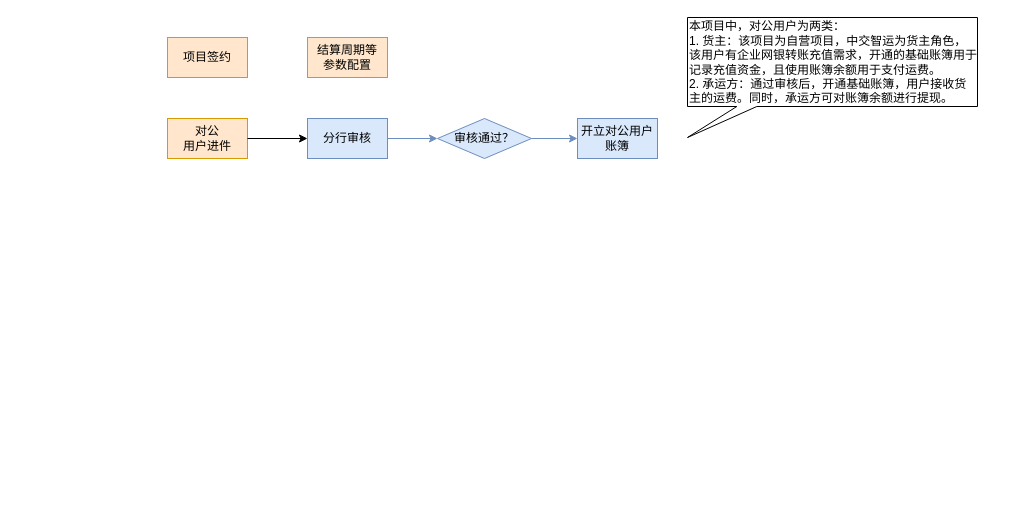
Above: 中交.drawio in linkun199011/draw-io (draw.io), before the change. Source tidied: cells renumbered, new cells numbered last; positions are measured from the earlier drawing's top-left corner, leaving out a move shared by most shapes. Both pictures are drawn from the tidied source at 100%, with x=0, y=0 at pixel (167, 17).
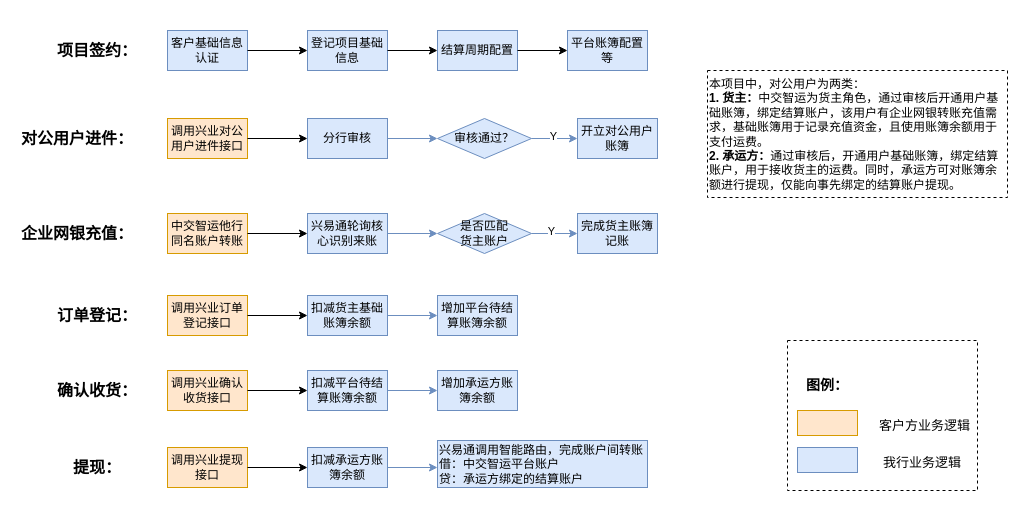
The same diagram, later.

Unchanged cells that the change refers to:
```xml
<mxCell id="8" style="endArrow=classic;html=1;rounded=0;exitX=1;exitY=0.5;exitDx=0;exitDy=0;entryX=0;entryY=0.5;entryDx=0;entryDy=0;fillColor=#dae8fc;strokeColor=#6c8ebf;" parent="1" edge="1" source="4" target="7">
  <mxGeometry relative="1" as="geometry" />
</mxCell>
```

Diff of the diagram source:
```diff
@@
-    <mxCell id="2" value="对公&lt;br&gt;用户进件" style="rounded=0;whiteSpace=wrap;html=1;fillColor=#ffe6cc;strokeColor=#d79b00;" parent="1" vertex="1">
+    <mxCell id="2" value="调用兴业对公&lt;br&gt;用户进件接口" style="rounded=0;whiteSpace=wrap;html=1;fillColor=#ffe6cc;strokeColor=#d79b00;" parent="1" vertex="1">
       <mxGeometry y="101" width="80" height="40" as="geometry" />
     </mxCell>
@@
+    <mxCell id="12" value="Y" style="edgeLabel;html=1;align=center;verticalAlign=middle;" parent="8" vertex="1">
+      <mxGeometry x="-0.09" y="3" relative="1" as="geometry" />
+    </mxCell>
-    <mxCell id="9" value="项目签约" style="rounded=0;whiteSpace=wrap;html=1;fillColor=#ffe6cc;strokeColor=#d79b00;" parent="1" vertex="1">
-      <mxGeometry y="20" width="80" height="40" as="geometry" />
+    <mxCell id="9" value="客户基础信息认证" style="rounded=0;whiteSpace=wrap;html=1;fillColor=#dae8fc;strokeColor=#6c8ebf;" parent="1" vertex="1">
+      <mxGeometry y="13" width="80" height="40" as="geometry" />
     </mxCell>
-    <mxCell id="10" value="结算周期等&lt;br&gt;参数配置" style="rounded=0;whiteSpace=wrap;html=1;fillColor=#ffe6cc;strokeColor=#d79b00;" parent="1" vertex="1">
-      <mxGeometry x="140" y="20" width="80" height="40" as="geometry" />
+    <mxCell id="10" value="结算周期配置" style="rounded=0;whiteSpace=wrap;html=1;fillColor=#dae8fc;strokeColor=#6c8ebf;" parent="1" vertex="1">
+      <mxGeometry x="270" y="13" width="80" height="40" as="geometry" />
     </mxCell>
-    <mxCell id="11" value="本项目中，对公用户为两类：&lt;br&gt;1. 货主：该项目为自营项目，中交智运为货主角色，该用户有企业网银转账充值需求，开通的基础账簿用于记录充值资金，且使用账簿余额用于支付运费。&lt;br&gt;2. 承运方：通过审核后，开通基础账簿，用户接收货主的运费。同时，承运方可对账簿余额进行提现。" style="shape=callout;whiteSpace=wrap;html=1;perimeter=calloutPerimeter;size=31;position=0.17;position2=0;align=left;" parent="1" vertex="1">
-      <mxGeometry x="520" width="290" height="120" as="geometry" />
-    </mxCell>
+    <mxCell id="13" value="本项目中，对公用户为两类：&lt;br style=&quot;border-color: var(--border-color);&quot;&gt;&lt;b&gt;1. 货主：&lt;/b&gt;中交智运为货主角色，通过审核后开通用户基础账簿，绑定结算账户，该用户有企业网银转账充值需求，基础账簿用于记录充值资金，且使用账簿余额用于支付运费。&lt;br style=&quot;border-color: var(--border-color);&quot;&gt;&lt;span style=&quot;border-color: var(--border-color);&quot;&gt;&lt;b&gt;2. 承运方：&lt;/b&gt;通过审核后，开通用户基础账簿，绑定结算账户，用于接收货主的运费。同时，承运方可对账簿余额进行提现，仅能向事先绑定的结算账户提现。&lt;/span&gt;" style="text;html=1;strokeColor=default;fillColor=none;align=left;verticalAlign=middle;whiteSpace=wrap;rounded=0;dashed=1;" parent="1" vertex="1">
+      <mxGeometry x="540" y="53" width="300" height="127" as="geometry" />
+    </mxCell>
+    <mxCell id="14" value="平台账簿配置等" style="rounded=0;whiteSpace=wrap;html=1;fillColor=#dae8fc;strokeColor=#6c8ebf;" parent="1" vertex="1">
+      <mxGeometry x="400" y="13" width="80" height="40" as="geometry" />
+    </mxCell>
+    <mxCell id="15" value="登记项目基础信息" style="rounded=0;whiteSpace=wrap;html=1;fillColor=#dae8fc;strokeColor=#6c8ebf;" parent="1" vertex="1">
+      <mxGeometry x="140" y="13" width="80" height="40" as="geometry" />
+    </mxCell>
+    <mxCell id="16" style="endArrow=classic;html=1;rounded=0;entryX=0;entryY=0.5;entryDx=0;entryDy=0;" parent="1" edge="1" source="9" target="15">
+      <mxGeometry relative="1" as="geometry" />
+    </mxCell>
+    <mxCell id="17" style="endArrow=classic;html=1;rounded=0;exitX=1;exitY=0.5;exitDx=0;exitDy=0;" parent="1" edge="1" source="15" target="10">
+      <mxGeometry relative="1" as="geometry" />
+    </mxCell>
+    <mxCell id="18" style="endArrow=classic;html=1;rounded=0;exitX=1;exitY=0.5;exitDx=0;exitDy=0;entryX=0;entryY=0.5;entryDx=0;entryDy=0;" parent="1" edge="1" source="10" target="14">
+      <mxGeometry relative="1" as="geometry" />
+    </mxCell>
+    <mxCell id="19" value="&lt;font style=&quot;font-size: 16px;&quot;&gt;&lt;b&gt;项目签约：&lt;/b&gt;&lt;/font&gt;" style="text;html=1;strokeColor=none;fillColor=none;align=center;verticalAlign=middle;whiteSpace=wrap;rounded=0;" parent="1" vertex="1">
+      <mxGeometry x="-120" y="18" width="100" height="30" as="geometry" />
+    </mxCell>
+    <mxCell id="20" value="&lt;font style=&quot;font-size: 16px;&quot;&gt;&lt;b&gt;对公用户进件：&lt;/b&gt;&lt;/font&gt;" style="text;html=1;strokeColor=none;fillColor=none;align=center;verticalAlign=middle;whiteSpace=wrap;rounded=0;" parent="1" vertex="1">
+      <mxGeometry x="-150" y="106" width="120" height="30" as="geometry" />
+    </mxCell>
+    <mxCell id="21" value="中交智运他行同名账户转账" style="rounded=0;whiteSpace=wrap;html=1;fillColor=#ffe6cc;strokeColor=#d79b00;" parent="1" vertex="1">
+      <mxGeometry y="196" width="80" height="40" as="geometry" />
+    </mxCell>
+    <mxCell id="22" value="兴易通轮询核心识别来账" style="rounded=0;whiteSpace=wrap;html=1;fillColor=#dae8fc;strokeColor=#6c8ebf;" parent="1" vertex="1">
+      <mxGeometry x="140" y="196" width="80" height="40" as="geometry" />
+    </mxCell>
+    <mxCell id="23" value="是否匹配&lt;br&gt;货主账户" style="rhombus;whiteSpace=wrap;html=1;fillColor=#dae8fc;strokeColor=#6c8ebf;" parent="1" vertex="1">
+      <mxGeometry x="270" y="196" width="94" height="40" as="geometry" />
+    </mxCell>
+    <mxCell id="24" style="endArrow=classic;html=1;rounded=0;exitX=1;exitY=0.5;exitDx=0;exitDy=0;entryX=0;entryY=0.5;entryDx=0;entryDy=0;" parent="1" edge="1" source="21" target="22">
+      <mxGeometry relative="1" as="geometry" />
+    </mxCell>
+    <mxCell id="25" style="endArrow=classic;html=1;rounded=0;entryX=0;entryY=0.5;entryDx=0;entryDy=0;exitX=1;exitY=0.5;exitDx=0;exitDy=0;fillColor=#dae8fc;strokeColor=#6c8ebf;" parent="1" edge="1" source="22" target="23">
+      <mxGeometry relative="1" as="geometry" />
+    </mxCell>
+    <mxCell id="26" value="完成货主账簿记账" style="rounded=0;whiteSpace=wrap;html=1;fillColor=#dae8fc;strokeColor=#6c8ebf;" parent="1" vertex="1">
+      <mxGeometry x="410" y="196" width="80" height="40" as="geometry" />
+    </mxCell>
+    <mxCell id="27" style="endArrow=classic;html=1;rounded=0;exitX=1;exitY=0.5;exitDx=0;exitDy=0;entryX=0;entryY=0.5;entryDx=0;entryDy=0;fillColor=#dae8fc;strokeColor=#6c8ebf;" parent="1" edge="1" source="23" target="26">
+      <mxGeometry relative="1" as="geometry" />
+    </mxCell>
+    <mxCell id="28" value="Y" style="edgeLabel;html=1;align=center;verticalAlign=middle;" parent="27" vertex="1">
+      <mxGeometry x="-0.17" y="3" relative="1" as="geometry" />
+    </mxCell>
+    <mxCell id="29" value="&lt;font style=&quot;font-size: 16px;&quot;&gt;&lt;b&gt;企业网银充值：&lt;/b&gt;&lt;/font&gt;" style="text;html=1;strokeColor=none;fillColor=none;align=center;verticalAlign=middle;whiteSpace=wrap;rounded=0;" parent="1" vertex="1">
+      <mxGeometry x="-150" y="201" width="120" height="30" as="geometry" />
+    </mxCell>
+    <mxCell id="30" value="调用兴业订单登记接口" style="rounded=0;whiteSpace=wrap;html=1;fillColor=#ffe6cc;strokeColor=#d79b00;" parent="1" vertex="1">
+      <mxGeometry y="278" width="80" height="40" as="geometry" />
+    </mxCell>
+    <mxCell id="31" value="扣减货主基础账簿余额" style="rounded=0;whiteSpace=wrap;html=1;fillColor=#dae8fc;strokeColor=#6c8ebf;" parent="1" vertex="1">
+      <mxGeometry x="140" y="278" width="80" height="40" as="geometry" />
+    </mxCell>
+    <mxCell id="32" style="endArrow=classic;html=1;rounded=0;exitX=1;exitY=0.5;exitDx=0;exitDy=0;entryX=0;entryY=0.5;entryDx=0;entryDy=0;" parent="1" edge="1" source="30" target="31">
+      <mxGeometry relative="1" as="geometry" />
+    </mxCell>
+    <mxCell id="33" style="endArrow=classic;html=1;rounded=0;entryX=0;entryY=0.5;entryDx=0;entryDy=0;exitX=1;exitY=0.5;exitDx=0;exitDy=0;fillColor=#dae8fc;strokeColor=#6c8ebf;" parent="1" edge="1" source="31">
+      <mxGeometry relative="1" as="geometry">
+        <mxPoint x="270" y="298" as="targetPoint" />
+      </mxGeometry>
+    </mxCell>
+    <mxCell id="34" value="增加平台待结算账簿余额" style="rounded=0;whiteSpace=wrap;html=1;fillColor=#dae8fc;strokeColor=#6c8ebf;" parent="1" vertex="1">
+      <mxGeometry x="270" y="278" width="80" height="40" as="geometry" />
+    </mxCell>
+    <mxCell id="35" value="&lt;font style=&quot;font-size: 16px;&quot;&gt;&lt;b&gt;订单登记：&lt;/b&gt;&lt;/font&gt;" style="text;html=1;strokeColor=none;fillColor=none;align=center;verticalAlign=middle;whiteSpace=wrap;rounded=0;" parent="1" vertex="1">
+      <mxGeometry x="-120" y="283" width="100" height="30" as="geometry" />
+    </mxCell>
+    <mxCell id="36" value="调用兴业确认收货接口" style="rounded=0;whiteSpace=wrap;html=1;fillColor=#ffe6cc;strokeColor=#d79b00;" parent="1" vertex="1">
+      <mxGeometry y="353" width="80" height="40" as="geometry" />
+    </mxCell>
+    <mxCell id="37" value="扣减平台待结算账簿余额" style="rounded=0;whiteSpace=wrap;html=1;fillColor=#dae8fc;strokeColor=#6c8ebf;" parent="1" vertex="1">
+      <mxGeometry x="140" y="353" width="80" height="40" as="geometry" />
+    </mxCell>
+    <mxCell id="38" style="endArrow=classic;html=1;rounded=0;exitX=1;exitY=0.5;exitDx=0;exitDy=0;entryX=0;entryY=0.5;entryDx=0;entryDy=0;" parent="1" edge="1" source="36" target="37">
+      <mxGeometry relative="1" as="geometry" />
+    </mxCell>
+    <mxCell id="39" style="endArrow=classic;html=1;rounded=0;entryX=0;entryY=0.5;entryDx=0;entryDy=0;exitX=1;exitY=0.5;exitDx=0;exitDy=0;fillColor=#dae8fc;strokeColor=#6c8ebf;" parent="1" edge="1" source="37">
+      <mxGeometry relative="1" as="geometry">
+        <mxPoint x="270" y="373" as="targetPoint" />
+      </mxGeometry>
+    </mxCell>
+    <mxCell id="40" value="增加承运方账簿余额" style="rounded=0;whiteSpace=wrap;html=1;fillColor=#dae8fc;strokeColor=#6c8ebf;" parent="1" vertex="1">
+      <mxGeometry x="270" y="353" width="80" height="40" as="geometry" />
+    </mxCell>
+    <mxCell id="41" value="&lt;font style=&quot;font-size: 16px;&quot;&gt;&lt;b&gt;确认收货：&lt;/b&gt;&lt;/font&gt;" style="text;html=1;strokeColor=none;fillColor=none;align=center;verticalAlign=middle;whiteSpace=wrap;rounded=0;" parent="1" vertex="1">
+      <mxGeometry x="-120" y="358" width="100" height="30" as="geometry" />
+    </mxCell>
+    <mxCell id="42" value="调用兴业提现接口" style="rounded=0;whiteSpace=wrap;html=1;fillColor=#ffe6cc;strokeColor=#d79b00;" parent="1" vertex="1">
+      <mxGeometry y="430" width="80" height="40" as="geometry" />
+    </mxCell>
+    <mxCell id="43" value="扣减承运方账簿余额" style="rounded=0;whiteSpace=wrap;html=1;fillColor=#dae8fc;strokeColor=#6c8ebf;" parent="1" vertex="1">
+      <mxGeometry x="140" y="430" width="80" height="40" as="geometry" />
+    </mxCell>
+    <mxCell id="44" style="endArrow=classic;html=1;rounded=0;exitX=1;exitY=0.5;exitDx=0;exitDy=0;entryX=0;entryY=0.5;entryDx=0;entryDy=0;" parent="1" edge="1" source="42" target="43">
+      <mxGeometry relative="1" as="geometry" />
+    </mxCell>
+    <mxCell id="45" style="endArrow=classic;html=1;rounded=0;entryX=0;entryY=0.5;entryDx=0;entryDy=0;exitX=1;exitY=0.5;exitDx=0;exitDy=0;fillColor=#dae8fc;strokeColor=#6c8ebf;" parent="1" edge="1" source="43">
+      <mxGeometry relative="1" as="geometry">
+        <mxPoint x="270" y="450" as="targetPoint" />
+      </mxGeometry>
+    </mxCell>
+    <mxCell id="46" value="兴易通调用智能路由，完成账户间转账&lt;br&gt;借：中交智运平台账户&lt;br&gt;贷：承运方绑定的结算账户" style="rounded=0;whiteSpace=wrap;html=1;fillColor=#dae8fc;strokeColor=#6c8ebf;align=left;" parent="1" vertex="1">
+      <mxGeometry x="270" y="423" width="210" height="47" as="geometry" />
+    </mxCell>
+    <mxCell id="47" value="&lt;font style=&quot;font-size: 16px;&quot;&gt;&lt;b&gt;提现：&lt;/b&gt;&lt;/font&gt;" style="text;html=1;strokeColor=none;fillColor=none;align=center;verticalAlign=middle;whiteSpace=wrap;rounded=0;" parent="1" vertex="1">
+      <mxGeometry x="-120" y="435" width="100" height="30" as="geometry" />
+    </mxCell>
+    <mxCell id="48" style="rounded=0;whiteSpace=wrap;html=1;fillColor=#ffe6cc;strokeColor=#d79b00;" parent="1" vertex="1">
+      <mxGeometry x="630" y="393" width="60" height="25" as="geometry" />
+    </mxCell>
+    <mxCell id="49" value="图例：" style="text;html=1;strokeColor=none;fillColor=none;align=center;verticalAlign=middle;whiteSpace=wrap;rounded=0;fontStyle=1;fontSize=14;" parent="1" vertex="1">
+      <mxGeometry x="630" y="353" width="60" height="30" as="geometry" />
+    </mxCell>
+    <mxCell id="50" value="客户方业务逻辑" style="text;html=1;strokeColor=none;fillColor=none;align=left;verticalAlign=middle;whiteSpace=wrap;rounded=0;fontStyle=0;fontSize=13;" parent="1" vertex="1">
+      <mxGeometry x="710" y="393" width="100" height="30" as="geometry" />
+    </mxCell>
+    <mxCell id="51" style="rounded=0;whiteSpace=wrap;html=1;fillColor=#dae8fc;strokeColor=#6c8ebf;" parent="1" vertex="1">
+      <mxGeometry x="630" y="430" width="60" height="25" as="geometry" />
+    </mxCell>
+    <mxCell id="52" value="我行业务逻辑" style="text;html=1;strokeColor=none;fillColor=none;align=center;verticalAlign=middle;whiteSpace=wrap;rounded=0;fontStyle=0;fontSize=13;" parent="1" vertex="1">
+      <mxGeometry x="710" y="430" width="90" height="30" as="geometry" />
+    </mxCell>
+    <mxCell id="53" style="text;html=1;strokeColor=default;fillColor=none;align=center;verticalAlign=middle;whiteSpace=wrap;rounded=0;dashed=1;" parent="1" vertex="1">
+      <mxGeometry x="620" y="323" width="190" height="150" as="geometry" />
+    </mxCell>
```
